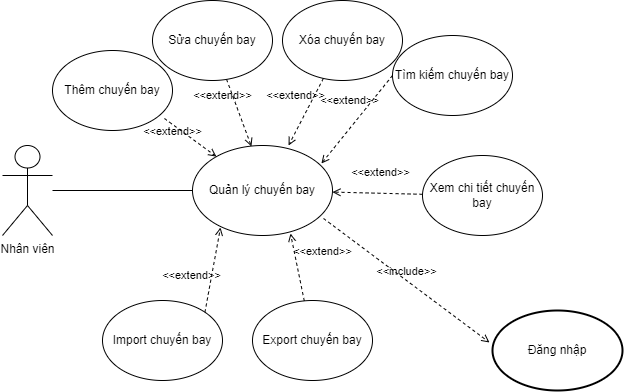
Before: Báo Cáo/Diagram/Usecase/usecase_chuyenbay.png, a diagram exported from draw.io (Kindaichicao/plane-ticket). Source tidied: cells renumbered, new cells last; positions are measured from the earlier drawing's top-left corner, leaving out a move shared by most shapes.
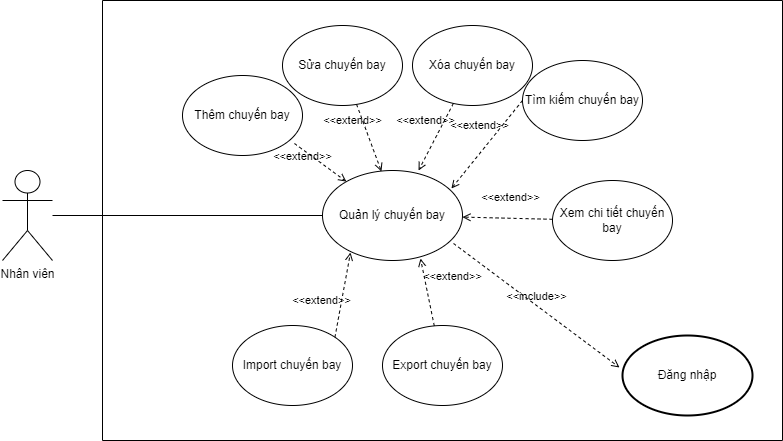
The same diagram one commit later.

The edit, as a diff of the source:
```diff
@@ -6,7 +6,7 @@
       <mxGeometry x="490" y="310" width="130" height="80" as="geometry" />
     </mxCell>
     <mxCell id="3" value="Nhân viên" style="shape=umlActor;verticalLabelPosition=bottom;verticalAlign=top;html=1;outlineConnect=0;" parent="1" vertex="1">
-      <mxGeometry y="145" width="50" height="90" as="geometry" />
+      <mxGeometry x="-130" y="145" width="50" height="90" as="geometry" />
     </mxCell>
     <mxCell id="4" value="Quản lý chuyến bay" style="ellipse;whiteSpace=wrap;html=1;" parent="1" vertex="1">
       <mxGeometry x="190" y="145" width="140" height="90" as="geometry" />
@@ -62,10 +62,13 @@
     <mxCell id="19" value="&amp;lt;&amp;lt;include&amp;gt;&amp;gt;" style="html=1;verticalAlign=bottom;labelBackgroundColor=none;endArrow=open;endFill=0;dashed=1;rounded=0;exitX=0.936;exitY=0.811;exitDx=0;exitDy=0;exitPerimeter=0;entryX=-0.023;entryY=0.4;entryDx=0;entryDy=0;entryPerimeter=0;" parent="1" edge="1" source="4" target="2">
       <mxGeometry relative="1" as="geometry" />
     </mxCell>
-    <mxCell id="20" style="endArrow=none;html=1;rounded=0;" parent="1" edge="1" source="3">
-      <mxGeometry relative="1" as="geometry">
-        <mxPoint x="190" y="190" as="targetPoint" />
-      </mxGeometry>
-    </mxCell>
+    <mxCell id="21" style="endArrow=none;html=1;rounded=0;" parent="1" edge="1" source="3">
+      <mxGeometry relative="1" as="geometry">
+        <mxPoint x="190" y="190" as="targetPoint" />
+      </mxGeometry>
+    </mxCell>
+    <mxCell id="22" style="swimlane;startSize=0;" parent="1" vertex="1">
+      <mxGeometry x="-30" y="-25" width="680" height="440" as="geometry" />
+    </mxCell>
   </root>
 </mxGraphModel>
```
